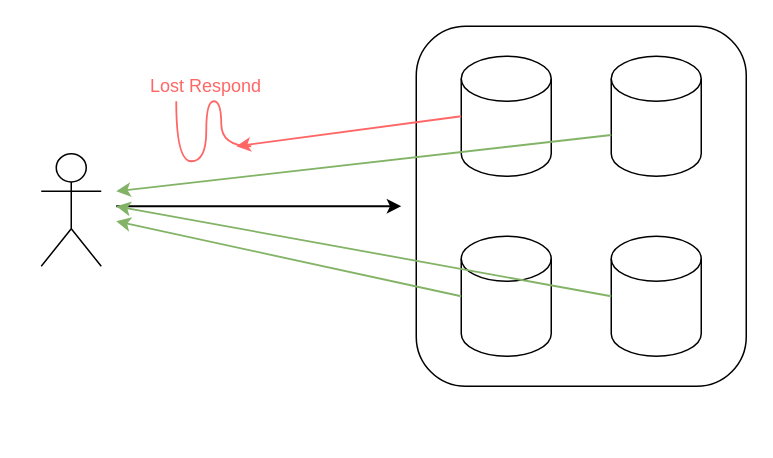
Before: ethereum-research/consensus/consensus itself/Crash failure.drawio in 0xyicheng/a-research-diagram, a draw.io diagram. Source tidied: cells renumbered, new cells numbered last; positions are measured from the earlier drawing's top-left corner, leaving out a move shared by most shapes. Both pictures are drawn from the tidied source at 150%, with x=0, y=0 at pixel (40, 26).
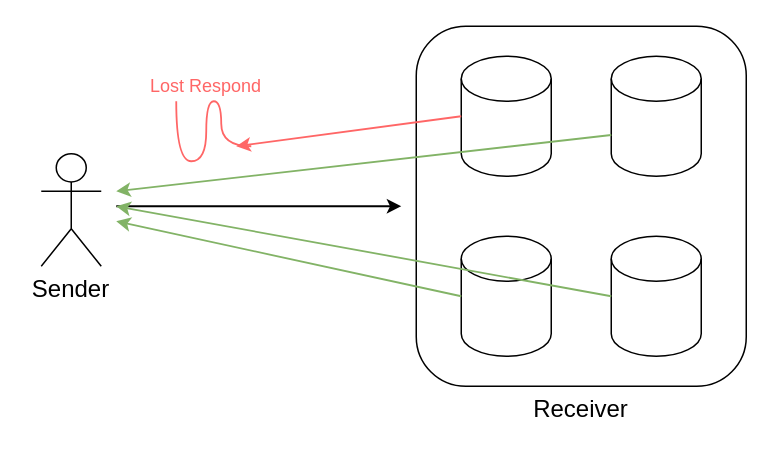
After the change.

Diff of the diagram source:
```diff
@@
+    <mxCell id="15" value="&lt;font color=&quot;#000000&quot; style=&quot;font-size: 16px; user-select: auto;&quot;&gt;Sender&lt;/font&gt;" style="text;html=1;strokeColor=none;fillColor=none;align=center;verticalAlign=middle;whiteSpace=wrap;rounded=0;fontColor=#FF6666;" parent="1" vertex="1">
+      <mxGeometry x="-10" y="160" width="60" height="30" as="geometry" />
+    </mxCell>
+    <mxCell id="16" value="&lt;font color=&quot;#000000&quot;&gt;&lt;span style=&quot;font-size: 16px;&quot;&gt;Receiver&lt;/span&gt;&lt;/font&gt;" style="text;html=1;strokeColor=none;fillColor=none;align=center;verticalAlign=middle;whiteSpace=wrap;rounded=0;fontColor=#FF6666;" parent="1" vertex="1">
+      <mxGeometry x="330" y="240" width="60" height="30" as="geometry" />
+    </mxCell>
```
